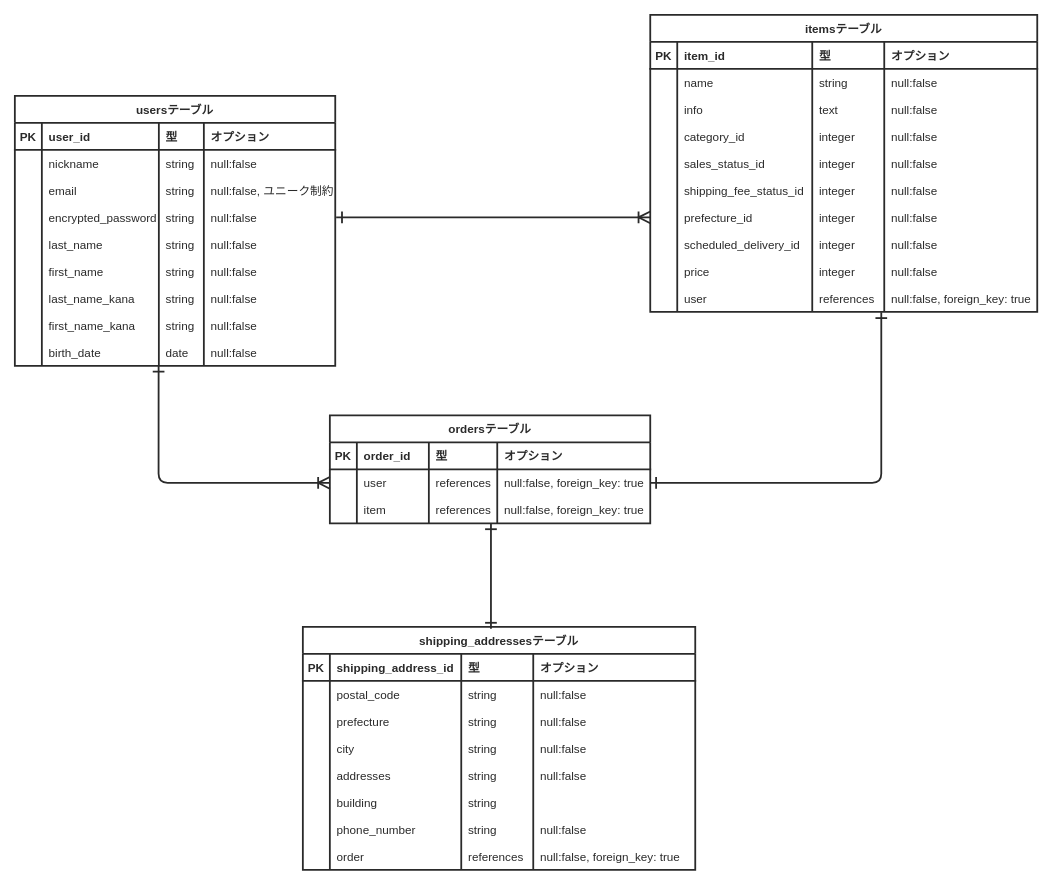
The draw.io diagram database.dio in aktmmiri/furima-37102, before the edit. Source tidied: cells renumbered, new cells numbered last; positions are measured from the earlier drawing's top-left corner, leaving out a move shared by most shapes. Both pictures are drawn from the tidied source at 90%, with x=0, y=0 at pixel (14, 14).
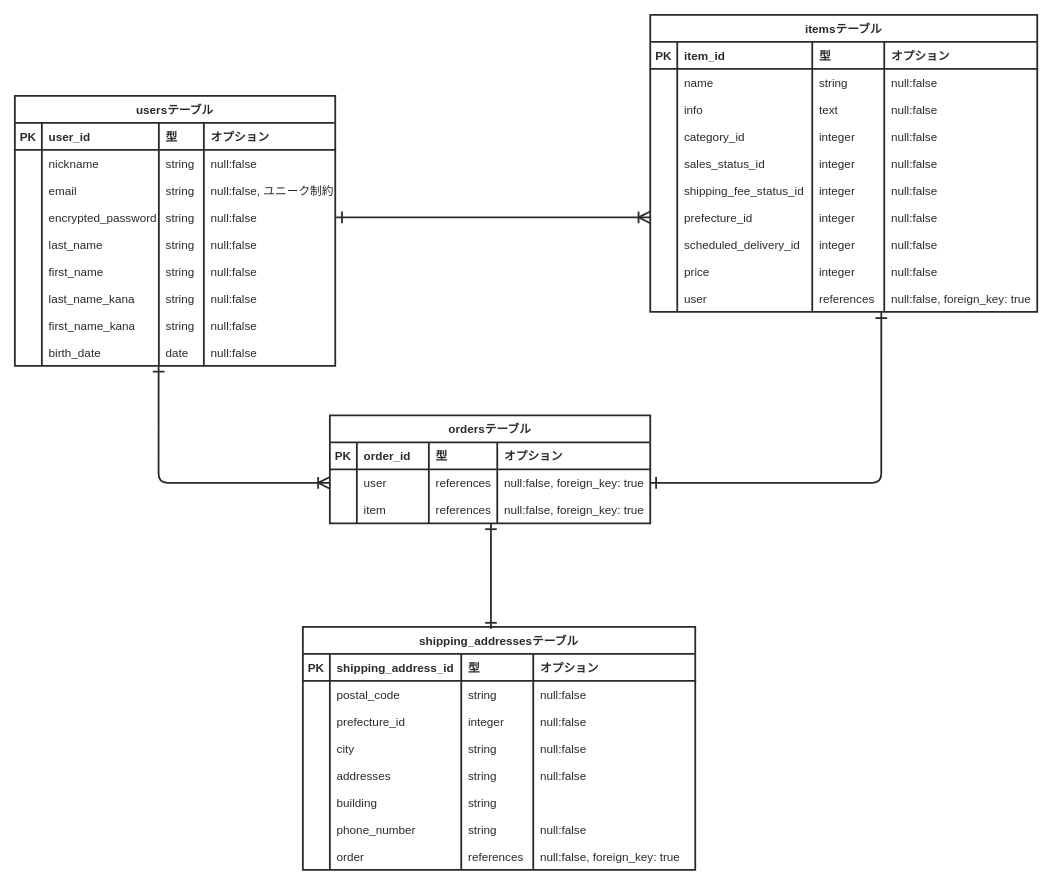
The same diagram, later.

Commit message (it also covers changes not shown here):
データベース設計の修正2

Unchanged cells that the change refers to:
```xml
<mxCell id="126" style="shape=partialRectangle;fillColor=none;top=0;left=0;bottom=0;right=0;labelBackgroundColor=none;fontColor=#2A2A2A;strokeColor=#2A2A2A;fontSize=13;strokeWidth=2;" parent="115" vertex="1">
  <mxGeometry y="90" width="436" height="30" as="geometry" />
</mxCell>
```

Change to the diagram source:
```diff
@@
-    <mxCell id="128" value="prefecture" style="shape=partialRectangle;fillColor=none;top=0;left=0;bottom=0;right=0;align=left;spacingLeft=6;overflow=hidden;labelBackgroundColor=none;fontColor=#2A2A2A;strokeColor=#2A2A2A;fontSize=13;strokeWidth=2;" parent="126" vertex="1">
+    <mxCell id="128" value="prefecture_id" style="shape=partialRectangle;fillColor=none;top=0;left=0;bottom=0;right=0;align=left;spacingLeft=6;overflow=hidden;labelBackgroundColor=none;fontColor=#2A2A2A;strokeColor=#2A2A2A;fontSize=13;strokeWidth=2;" parent="126" vertex="1">
       <mxGeometry x="30" width="146" height="30" as="geometry" />
     </mxCell>
-    <mxCell id="129" value="string" style="shape=partialRectangle;fillColor=none;top=0;left=0;bottom=0;right=0;align=left;spacingLeft=6;overflow=hidden;labelBackgroundColor=none;fontColor=#2A2A2A;strokeColor=#2A2A2A;fontSize=13;strokeWidth=2;" parent="126" vertex="1">
+    <mxCell id="129" value="integer" style="shape=partialRectangle;fillColor=none;top=0;left=0;bottom=0;right=0;align=left;spacingLeft=6;overflow=hidden;labelBackgroundColor=none;fontColor=#2A2A2A;strokeColor=#2A2A2A;fontSize=13;strokeWidth=2;" parent="126" vertex="1">
       <mxGeometry x="176" width="80" height="30" as="geometry" />
     </mxCell>
```
